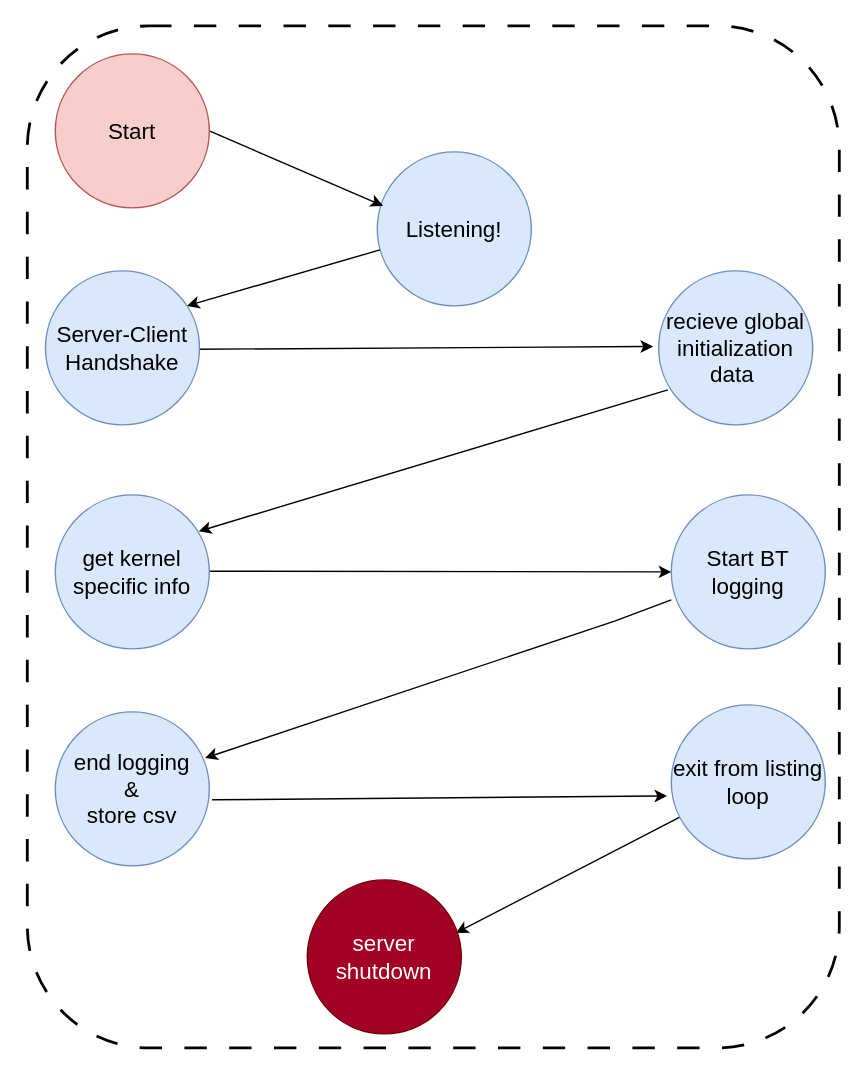
ShikharJain97/MTP keeps this draw.io diagram as MTP_1/MTP_1_ARM_SETUP.drawio. Above is the earlier version. Source tidied: cells renumbered, new cells numbered last; positions are measured from the earlier drawing's top-left corner, leaving out a move shared by most shapes. Both pictures are drawn from the tidied source at 140%, with x=0, y=0 at pixel (27, 25).
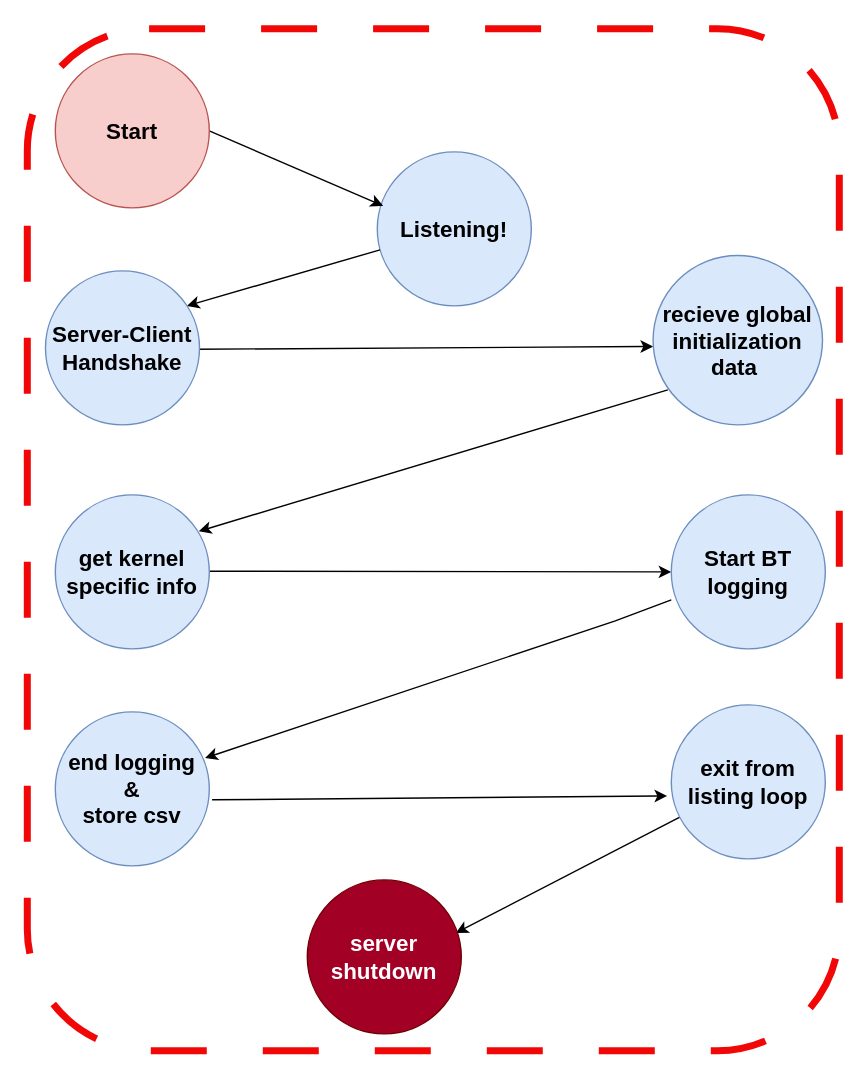
Above is the later version.

The edit, as a diff of the source:
```diff
@@
-    <mxCell id="2" value="&lt;font style=&quot;font-size: 16px;&quot;&gt;Listening!&lt;/font&gt;" style="ellipse;whiteSpace=wrap;html=1;fillColor=#dae8fc;strokeColor=#6c8ebf;" parent="1" vertex="1">
+    <mxCell id="2" value="&lt;font style=&quot;font-size: 16px;&quot;&gt;&lt;b&gt;Listening!&lt;/b&gt;&lt;/font&gt;" style="ellipse;whiteSpace=wrap;html=1;fillColor=#dae8fc;strokeColor=#6c8ebf;" parent="1" vertex="1">
       <mxGeometry x="250" y="90" width="110" height="110" as="geometry" />
     </mxCell>
@@
-    <mxCell id="9" style="whiteSpace=wrap;html=1;fillColor=none;dashed=1;dashPattern=8 8;rounded=1;strokeWidth=2;fontStyle=0;fontColor=#0000FF;" parent="1" vertex="1">
-      <mxGeometry width="580" height="730" as="geometry" />
+    <mxCell id="9" style="whiteSpace=wrap;html=1;fillColor=none;dashed=1;dashPattern=8 8;rounded=1;strokeWidth=5;fontStyle=0;fontColor=#0000FF;strokeColor=#f20707;" parent="1" vertex="1">
+      <mxGeometry y="2" width="580" height="730" as="geometry" />
     </mxCell>
@@
-    <mxCell id="11" value="&lt;font style=&quot;font-size: 16px;&quot;&gt;Start&lt;/font&gt;" style="ellipse;whiteSpace=wrap;html=1;fillColor=#f8cecc;strokeColor=#b85450;" parent="1" vertex="1">
+    <mxCell id="11" value="&lt;font style=&quot;font-size: 16px;&quot;&gt;&lt;b&gt;Start&lt;/b&gt;&lt;/font&gt;" style="ellipse;whiteSpace=wrap;html=1;fillColor=#f8cecc;strokeColor=#b85450;" parent="1" vertex="1">
       <mxGeometry x="20" y="20" width="110" height="110" as="geometry" />
     </mxCell>
@@
-    <mxCell id="13" value="&lt;font style=&quot;font-size: 16px;&quot;&gt;Server-Client Handshake&lt;/font&gt;" style="ellipse;whiteSpace=wrap;html=1;fillColor=#dae8fc;strokeColor=#6c8ebf;" parent="1" vertex="1">
+    <mxCell id="13" value="&lt;font style=&quot;font-size: 16px;&quot;&gt;&lt;b&gt;Server-Client Handshake&lt;/b&gt;&lt;/font&gt;" style="ellipse;whiteSpace=wrap;html=1;fillColor=#dae8fc;strokeColor=#6c8ebf;" parent="1" vertex="1">
       <mxGeometry x="13" y="175" width="110" height="110" as="geometry" />
     </mxCell>
-    <mxCell id="14" value="&lt;font style=&quot;font-size: 16px;&quot;&gt;recieve global initialization data&amp;nbsp;&lt;/font&gt;" style="ellipse;whiteSpace=wrap;html=1;fillColor=#dae8fc;strokeColor=#6c8ebf;" parent="1" vertex="1">
-      <mxGeometry x="451" y="175" width="110" height="110" as="geometry" />
+    <mxCell id="14" value="&lt;font style=&quot;font-size: 16px;&quot;&gt;&lt;b&gt;recieve global initialization data&amp;nbsp;&lt;/b&gt;&lt;/font&gt;" style="ellipse;whiteSpace=wrap;html=1;fillColor=#dae8fc;strokeColor=#6c8ebf;" parent="1" vertex="1">
+      <mxGeometry x="447" y="164" width="121" height="121" as="geometry" />
     </mxCell>
-    <mxCell id="15" value="&lt;font style=&quot;font-size: 16px;&quot;&gt;get kernel specific info&lt;/font&gt;" style="ellipse;whiteSpace=wrap;html=1;fillColor=#dae8fc;strokeColor=#6c8ebf;" parent="1" vertex="1">
+    <mxCell id="15" value="&lt;font style=&quot;font-size: 16px;&quot;&gt;&lt;b&gt;get kernel specific info&lt;/b&gt;&lt;/font&gt;" style="ellipse;whiteSpace=wrap;html=1;fillColor=#dae8fc;strokeColor=#6c8ebf;" parent="1" vertex="1">
       <mxGeometry x="20" y="335" width="110" height="110" as="geometry" />
     </mxCell>
-    <mxCell id="16" value="&lt;font style=&quot;font-size: 16px;&quot;&gt;Start BT logging&lt;/font&gt;" style="ellipse;whiteSpace=wrap;html=1;fillColor=#dae8fc;strokeColor=#6c8ebf;" parent="1" vertex="1">
+    <mxCell id="16" value="&lt;font style=&quot;font-size: 16px;&quot;&gt;&lt;b&gt;Start BT logging&lt;/b&gt;&lt;/font&gt;" style="ellipse;whiteSpace=wrap;html=1;fillColor=#dae8fc;strokeColor=#6c8ebf;" parent="1" vertex="1">
       <mxGeometry x="460" y="335" width="110" height="110" as="geometry" />
     </mxCell>
-    <mxCell id="17" value="&lt;font style=&quot;font-size: 16px;&quot;&gt;end logging&lt;br style=&quot;border-color: var(--border-color);&quot;&gt;&amp;amp;&lt;br style=&quot;border-color: var(--border-color);&quot;&gt;store csv&lt;/font&gt;" style="ellipse;whiteSpace=wrap;html=1;fillColor=#dae8fc;strokeColor=#6c8ebf;" parent="1" vertex="1">
+    <mxCell id="17" value="&lt;font style=&quot;font-size: 16px;&quot;&gt;&lt;b&gt;end logging&lt;br style=&quot;border-color: var(--border-color);&quot;&gt;&amp;amp;&lt;br style=&quot;border-color: var(--border-color);&quot;&gt;store csv&lt;/b&gt;&lt;/font&gt;" style="ellipse;whiteSpace=wrap;html=1;fillColor=#dae8fc;strokeColor=#6c8ebf;" parent="1" vertex="1">
       <mxGeometry x="20" y="490" width="110" height="110" as="geometry" />
     </mxCell>
-    <mxCell id="18" value="&lt;font style=&quot;font-size: 16px;&quot;&gt;exit from listing loop&lt;/font&gt;" style="ellipse;whiteSpace=wrap;html=1;fillColor=#dae8fc;strokeColor=#6c8ebf;" parent="1" vertex="1">
+    <mxCell id="18" value="&lt;font style=&quot;font-size: 16px;&quot;&gt;&lt;b&gt;exit from listing loop&lt;/b&gt;&lt;/font&gt;" style="ellipse;whiteSpace=wrap;html=1;fillColor=#dae8fc;strokeColor=#6c8ebf;" parent="1" vertex="1">
       <mxGeometry x="460" y="485" width="110" height="110" as="geometry" />
     </mxCell>
-    <mxCell id="19" value="&lt;font style=&quot;font-size: 16px;&quot;&gt;server shutdown&lt;/font&gt;" style="ellipse;whiteSpace=wrap;html=1;fillColor=#a20025;strokeColor=#6F0000;fontColor=#ffffff;" parent="1" vertex="1">
+    <mxCell id="19" value="&lt;font style=&quot;font-size: 16px;&quot;&gt;&lt;b&gt;server shutdown&lt;/b&gt;&lt;/font&gt;" style="ellipse;whiteSpace=wrap;html=1;fillColor=#a20025;strokeColor=#6F0000;fontColor=#ffffff;" parent="1" vertex="1">
       <mxGeometry x="200" y="610" width="110" height="110" as="geometry" />
     </mxCell>
```
